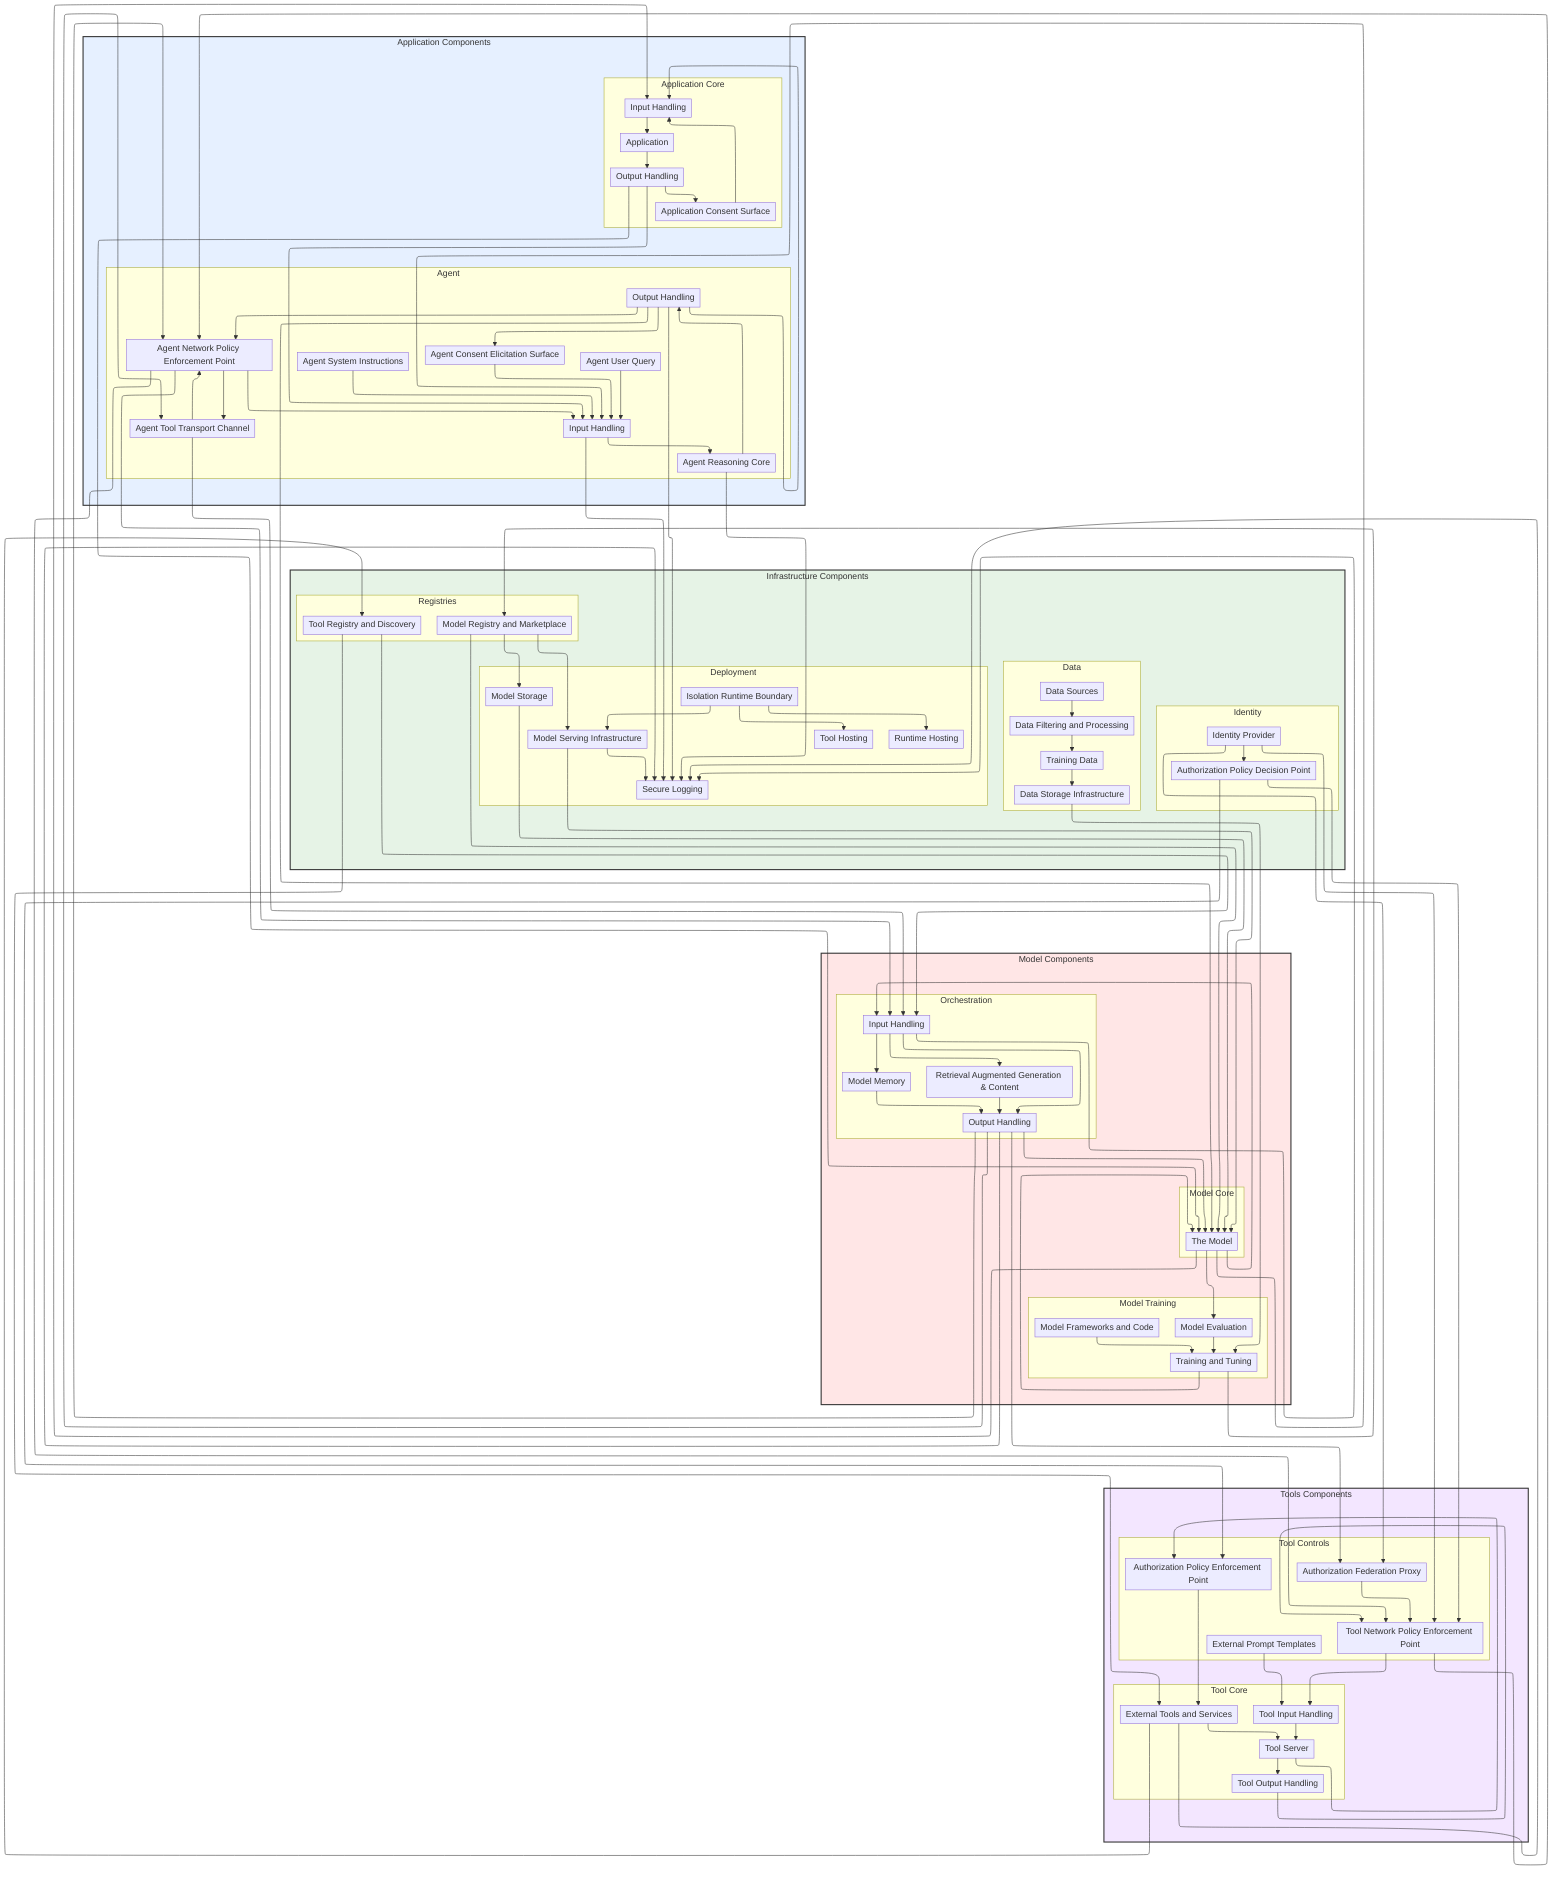
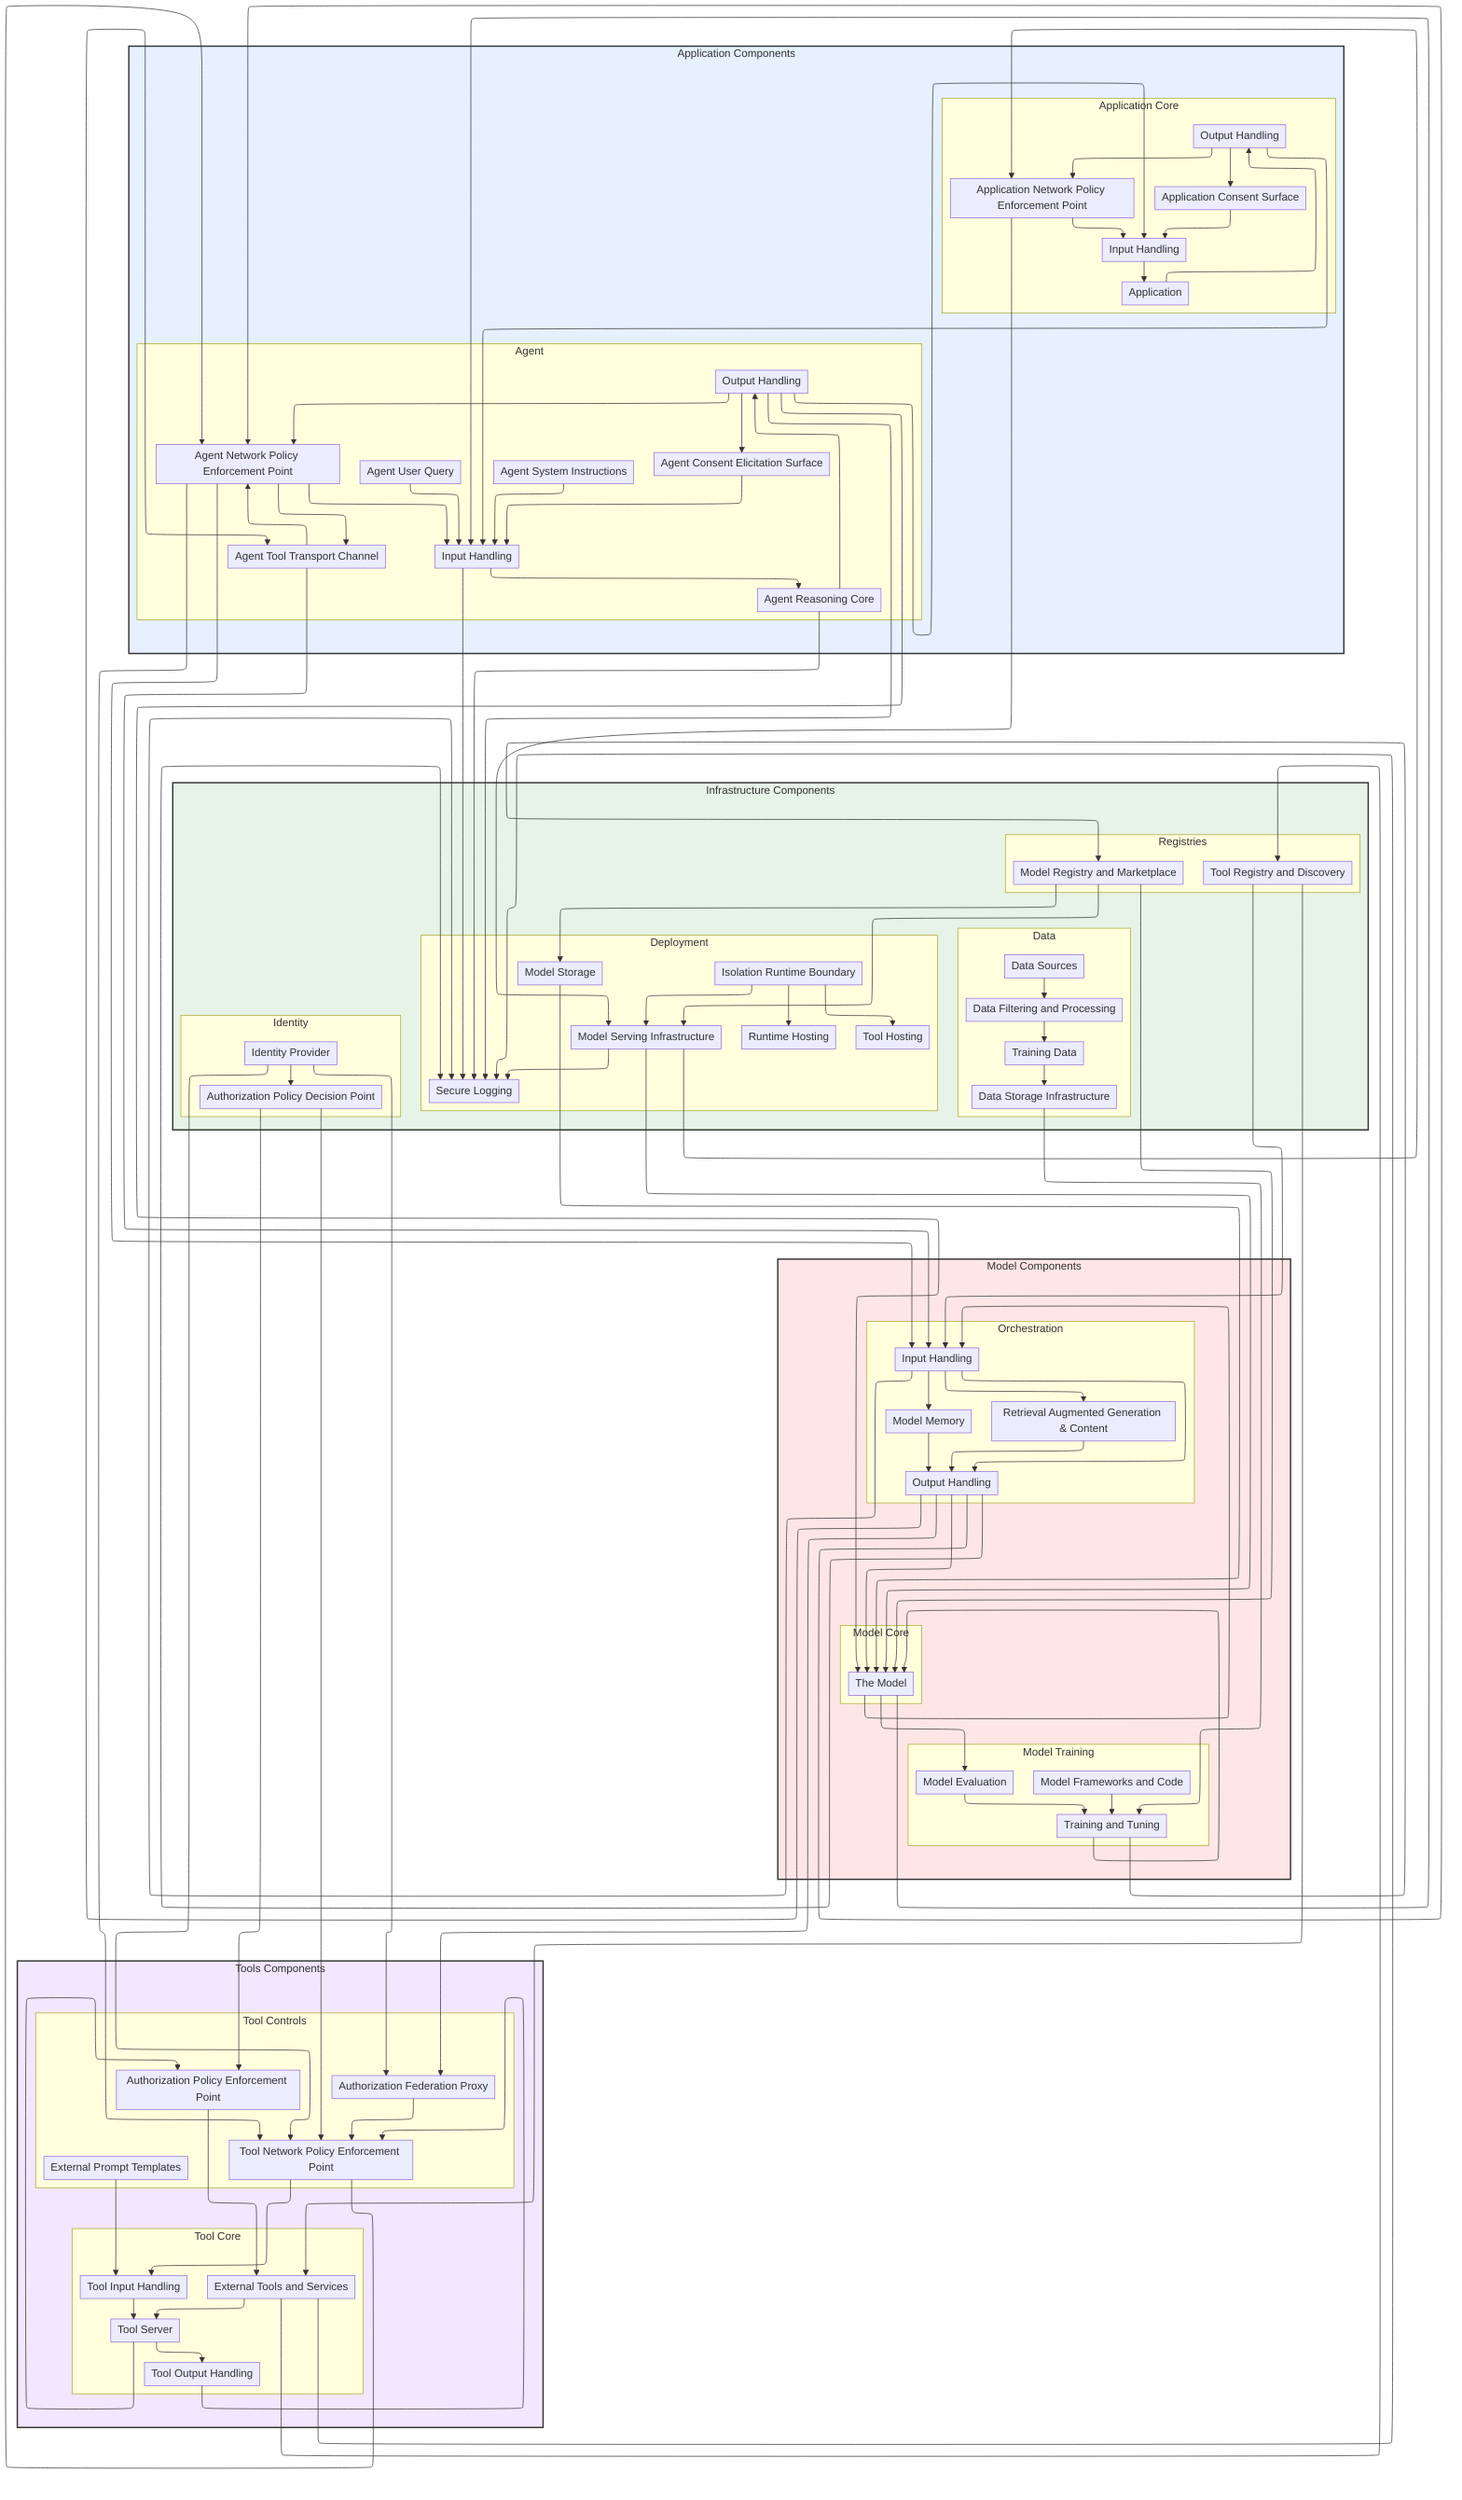
---
config:
  layout: elk
  elk:
    mergeEdges: False
    nodePlacementStrategy: BRANDES_KOEPF
---

graph TD
   %%{init: {'flowchart': {'nodeSpacing': 25, 'rankSpacing': 30, 'padding': 5, 'wrappingWidth': 250}}}%%
    classDef hidden display: none;
    classDef allControl stroke:#4285f4,stroke-width:2px,stroke-dasharray: 5 5

    subgraph componentsInfrastructure ["Infrastructure Components"]
        subgraph componentsData ["Data"]
            componentDataFilteringAndProcessing[Data Filtering and Processing]
            componentDataSources[Data Sources]
            componentDataStorage[Data Storage Infrastructure]
            componentTrainingData[Training Data]
        end
        subgraph componentsDeployment ["Deployment"]
            componentIsolationRuntime[Isolation Runtime Boundary]
            componentModelServing[Model Serving Infrastructure]
            componentModelStorage[Model Storage]
            componentRuntimeHosting[Runtime Hosting]
            componentSecureLogging[Secure Logging]
            componentToolHosting[Tool Hosting]
        end
        subgraph componentsRegistries ["Registries"]
            componentModelRegistry[Model Registry and Marketplace]
            componentToolRegistry[Tool Registry and Discovery]
        end
        subgraph componentsIdentity ["Identity"]
            componentAuthorizationPolicyDecisionPoint[Authorization Policy Decision Point]
            componentIdentityProvider[Identity Provider]
        end
    end

    subgraph componentsModel ["Model Components"]
        subgraph componentsModelTraining ["Model Training"]
            componentModelEvaluation[Model Evaluation]
            componentModelFrameworksAndCode[Model Frameworks and Code]
            componentModelTrainingTuning[Training and Tuning]
        end
        subgraph componentsModelCore ["Model Core"]
            componentTheModel[The Model]
        end
        subgraph componentsOrchestration ["Orchestration"]
            componentMemory[Model Memory]
            componentOrchestrationInputHandling[Input Handling]
            componentOrchestrationOutputHandling[Output Handling]
            componentRAGContent[Retrieval Augmented Generation & Content]
        end
    end

    subgraph componentsApplication ["Application Components"]
        subgraph componentsApplicationCore ["Application Core"]
            componentApplication[Application]
            componentApplicationConsentSurface[Application Consent Surface]
            componentApplicationInputHandling[Input Handling]
+             componentApplicationNetworkPolicyEnforcementPoint[Application Network Policy Enforcement Point]
            componentApplicationOutputHandling[Output Handling]
        end
        subgraph componentsAgent ["Agent"]
            componentAgentConsentSurface[Agent Consent Elicitation Surface]
            componentAgentInputHandling[Input Handling]
            componentAgentNetworkPolicyEnforcementPoint[Agent Network Policy Enforcement Point]
            componentAgentOutputHandling[Output Handling]
            componentAgentSystemInstruction[Agent System Instructions]
            componentAgentToolTransport[Agent Tool Transport Channel]
            componentAgentUserQuery[Agent User Query]
            componentReasoningCore[Agent Reasoning Core]
        end
    end

    subgraph componentsTools ["Tools Components"]
        subgraph componentsToolCore ["Tool Core"]
            componentToolInputHandling[Tool Input Handling]
            componentToolOutputHandling[Tool Output Handling]
            componentToolServer[Tool Server]
            componentTools[External Tools and Services]
        end
        subgraph componentsToolControls ["Tool Controls"]
            componentAuthorizationPolicyEnforcementPoint[Authorization Policy Enforcement Point]
            componentExternalPromptTemplate[External Prompt Templates]
            componentFederationProxy[Authorization Federation Proxy]
            componentToolNetworkPolicyEnforcementPoint[Tool Network Policy Enforcement Point]
        end
    end


    componentDataSources --> componentDataFilteringAndProcessing
    componentDataFilteringAndProcessing --> componentTrainingData
    componentTrainingData --> componentDataStorage
    componentDataStorage --> componentModelTrainingTuning
    componentModelFrameworksAndCode --> componentModelTrainingTuning
    componentModelEvaluation --> componentModelTrainingTuning
    componentModelTrainingTuning --> componentTheModel
    componentModelTrainingTuning --> componentModelRegistry
    componentModelStorage --> componentTheModel
    componentModelServing --> componentTheModel
    componentModelServing --> componentSecureLogging
+     componentModelServing --> componentApplicationNetworkPolicyEnforcementPoint
    componentModelRegistry --> componentModelServing
    componentModelRegistry --> componentTheModel
    componentModelRegistry --> componentModelStorage
    componentTheModel --> componentModelEvaluation
    componentTheModel --> componentAgentInputHandling
-     componentTheModel --> componentApplicationInputHandling
    componentTheModel --> componentOrchestrationInputHandling
    componentApplication --> componentApplicationOutputHandling
-     componentApplicationOutputHandling --> componentTheModel
+     componentApplicationOutputHandling --> componentApplicationNetworkPolicyEnforcementPoint
    componentApplicationOutputHandling --> componentApplicationConsentSurface
    componentApplicationOutputHandling --> componentAgentInputHandling
    componentApplicationInputHandling --> componentApplication
    componentReasoningCore --> componentAgentOutputHandling
    componentReasoningCore --> componentSecureLogging
    componentOrchestrationOutputHandling --> componentTheModel
    componentOrchestrationOutputHandling --> componentSecureLogging
    componentOrchestrationOutputHandling --> componentAgentNetworkPolicyEnforcementPoint
    componentOrchestrationOutputHandling --> componentAgentToolTransport
    componentOrchestrationOutputHandling --> componentFederationProxy
    componentOrchestrationInputHandling --> componentMemory
    componentOrchestrationInputHandling --> componentRAGContent
    componentOrchestrationInputHandling --> componentSecureLogging
    componentOrchestrationInputHandling --> componentOrchestrationOutputHandling
    componentTools --> componentToolServer
    componentTools --> componentToolRegistry
    componentTools --> componentSecureLogging
    componentToolRegistry --> componentOrchestrationInputHandling
    componentToolRegistry --> componentTools
    componentMemory --> componentOrchestrationOutputHandling
    componentRAGContent --> componentOrchestrationOutputHandling
    componentAgentUserQuery --> componentAgentInputHandling
    componentAgentSystemInstruction --> componentAgentInputHandling
    componentAgentInputHandling --> componentReasoningCore
    componentAgentInputHandling --> componentSecureLogging
    componentAgentOutputHandling --> componentApplicationInputHandling
    componentAgentOutputHandling --> componentTheModel
    componentAgentOutputHandling --> componentAgentConsentSurface
    componentAgentOutputHandling --> componentAgentNetworkPolicyEnforcementPoint
    componentAgentOutputHandling --> componentSecureLogging
    componentIdentityProvider --> componentAuthorizationPolicyDecisionPoint
    componentIdentityProvider --> componentFederationProxy
    componentIdentityProvider --> componentToolNetworkPolicyEnforcementPoint
    componentAuthorizationPolicyDecisionPoint --> componentAuthorizationPolicyEnforcementPoint
    componentAuthorizationPolicyDecisionPoint --> componentToolNetworkPolicyEnforcementPoint
    componentExternalPromptTemplate --> componentToolInputHandling
    componentAgentConsentSurface --> componentAgentInputHandling
    componentIsolationRuntime --> componentModelServing
    componentIsolationRuntime --> componentToolHosting
    componentIsolationRuntime --> componentRuntimeHosting
    componentToolServer --> componentToolOutputHandling
    componentToolServer --> componentAuthorizationPolicyEnforcementPoint
    componentAgentToolTransport --> componentAgentNetworkPolicyEnforcementPoint
    componentAgentToolTransport --> componentOrchestrationInputHandling
    componentFederationProxy --> componentToolNetworkPolicyEnforcementPoint
    componentAgentNetworkPolicyEnforcementPoint --> componentAgentInputHandling
    componentAgentNetworkPolicyEnforcementPoint --> componentOrchestrationInputHandling
    componentAgentNetworkPolicyEnforcementPoint --> componentToolNetworkPolicyEnforcementPoint
    componentAgentNetworkPolicyEnforcementPoint --> componentAgentToolTransport
    componentAuthorizationPolicyEnforcementPoint --> componentTools
    componentToolNetworkPolicyEnforcementPoint --> componentAgentNetworkPolicyEnforcementPoint
    componentToolNetworkPolicyEnforcementPoint --> componentToolInputHandling
    componentApplicationConsentSurface --> componentApplicationInputHandling
+     componentApplicationNetworkPolicyEnforcementPoint --> componentApplicationInputHandling
+     componentApplicationNetworkPolicyEnforcementPoint --> componentModelServing
    componentToolInputHandling --> componentToolServer
    componentToolOutputHandling --> componentToolNetworkPolicyEnforcementPoint

%% Node style definitions
    style componentsInfrastructure fill:#e6f3e6,stroke:#333333,stroke-width:2px
    style componentsApplication fill:#e6f0ff,stroke:#333333,stroke-width:2px
    style componentsModel fill:#ffe6e6,stroke:#333333,stroke-width:2px
    style componentsTools fill:#f3e6ff,stroke:#333333,stroke-width:2px
